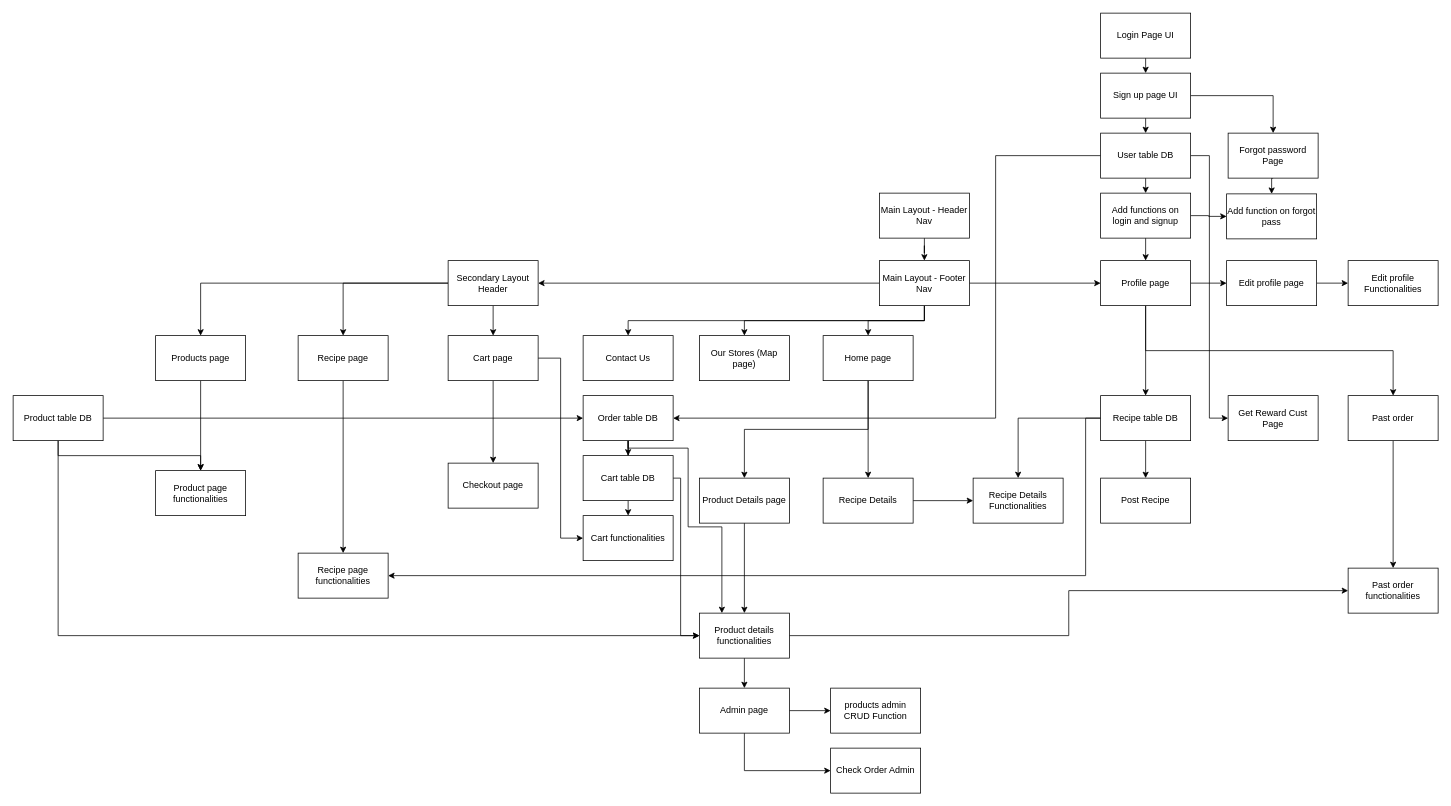
The draw.io diagram Untitled Diagram.drawio in Wavergg/721SoftwareEngineering, before the edit. Source tidied: cells renumbered, new cells numbered last; positions are measured from the earlier drawing's top-left corner, leaving out a move shared by most shapes. Both pictures are drawn from the tidied source at 75%, with x=0, y=0 at pixel (13, 13).
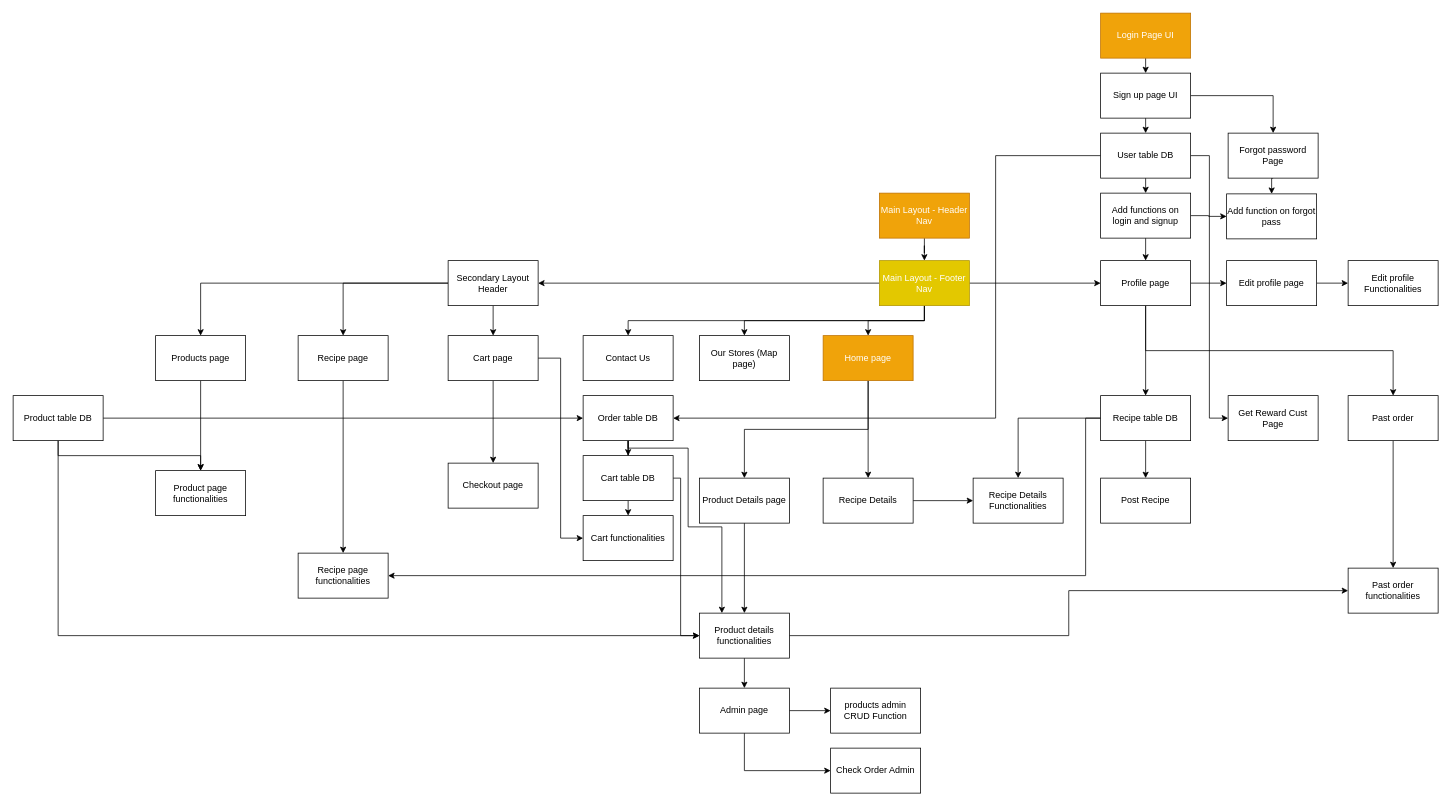
Above is the later version.

Change to the diagram source:
```diff
@@
-    <mxCell id="3" value="Main Layout - Header Nav" style="rounded=0;whiteSpace=wrap;html=1;" parent="1" vertex="1">
+    <mxCell id="3" value="Main Layout - Header Nav" style="rounded=0;whiteSpace=wrap;html=1;fillColor=#f0a30a;strokeColor=#BD7000;fontColor=#ffffff;" parent="1" vertex="1">
       <mxGeometry x="1155" y="240" width="120" height="60" as="geometry" />
     </mxCell>
@@
-    <mxCell id="9" value="Main Layout - Footer Nav" style="rounded=0;whiteSpace=wrap;html=1;" parent="1" vertex="1">
+    <mxCell id="9" value="Main Layout - Footer Nav" style="rounded=0;whiteSpace=wrap;html=1;fillColor=#e3c800;strokeColor=#B09500;fontColor=#ffffff;" parent="1" vertex="1">
       <mxGeometry x="1155" y="330" width="120" height="60" as="geometry" />
     </mxCell>
@@
-    <mxCell id="11" value="Login Page UI" style="rounded=0;whiteSpace=wrap;html=1;" parent="1" vertex="1">
+    <mxCell id="11" value="Login Page UI" style="rounded=0;whiteSpace=wrap;html=1;fillColor=#f0a30a;strokeColor=#BD7000;fontColor=#ffffff;" parent="1" vertex="1">
       <mxGeometry x="1450" width="120" height="60" as="geometry" />
     </mxCell>
@@
-    <mxCell id="14" value="Home page" style="rounded=0;whiteSpace=wrap;html=1;" parent="1" vertex="1">
+    <mxCell id="14" value="Home page" style="rounded=0;whiteSpace=wrap;html=1;fillColor=#f0a30a;strokeColor=#BD7000;fontColor=#ffffff;" parent="1" vertex="1">
       <mxGeometry x="1080" y="430" width="120" height="60" as="geometry" />
     </mxCell>
```
